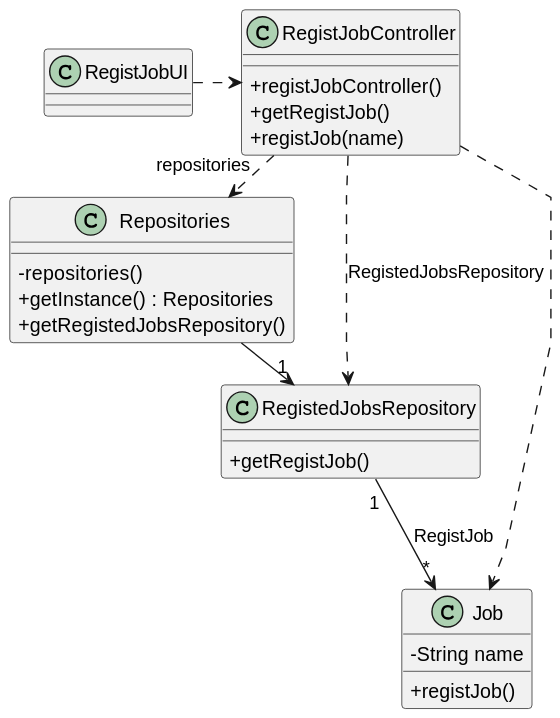
Before: docs/sprint2/us002/03.design/svg/us002-class-diagram.svg, a diagram exported from PlantUML (1231360-ISEP/lei-24-s2-1db-g021).
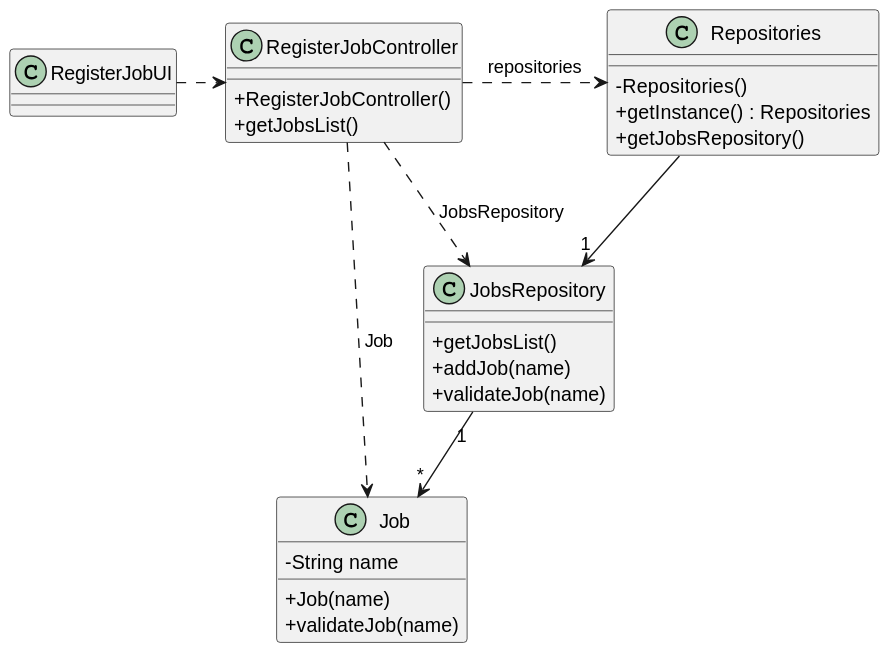
The same diagram one commit later.

Commit message:
US2 - update class diagram and SVG

The edit, as a diff of the source:
```diff
@@ -4,39 +4,41 @@
 skinparam linetype polyline
 skinparam classAttributeIconSize 0
 
+
+class RegisterJobUI {
+}
+
+class RegisterJobController {
+    + RegisterJobController()
+    + getJobsList()
+}
+
 class Job {
     - String name
-    + registJob()
+    + Job(name)
+    + validateJob(name)
 }
 
-class RegistedJobsRepository {
-    + getRegistJob()
+class JobsRepository {
+    + getJobsList()
+    + addJob(name)
+    + validateJob(name)
 }
 
 class Repositories {
-    - repositories()
+    - Repositories()
     + getInstance() : Repositories
-    + getRegistedJobsRepository()
+    + getJobsRepository()
 }
 
-class RegistJobController {
-    + registJobController()
-    + getRegistJob()
-    + registJob(name)
-}
+RegisterJobUI .> RegisterJobController
 
-class RegistJobUI {
-}
+RegisterJobController .> Repositories : repositories
 
-RegistJobUI .> RegistJobController
+Repositories --> "1" JobsRepository
 
-RegistJobController .> Repositories : repositories
+RegisterJobController ..> Job : Job
+RegisterJobController ..> JobsRepository : JobsRepository
 
-Repositories -> "1" RegistedJobsRepository
-
-RegistJobController ..> Job
-RegistJobController ..> RegistedJobsRepository : RegistedJobsRepository
-
-
-RegistedJobsRepository "1" --> "*" Job : RegistJob
+JobsRepository "1" --> "*" Job
 @enduml
```
